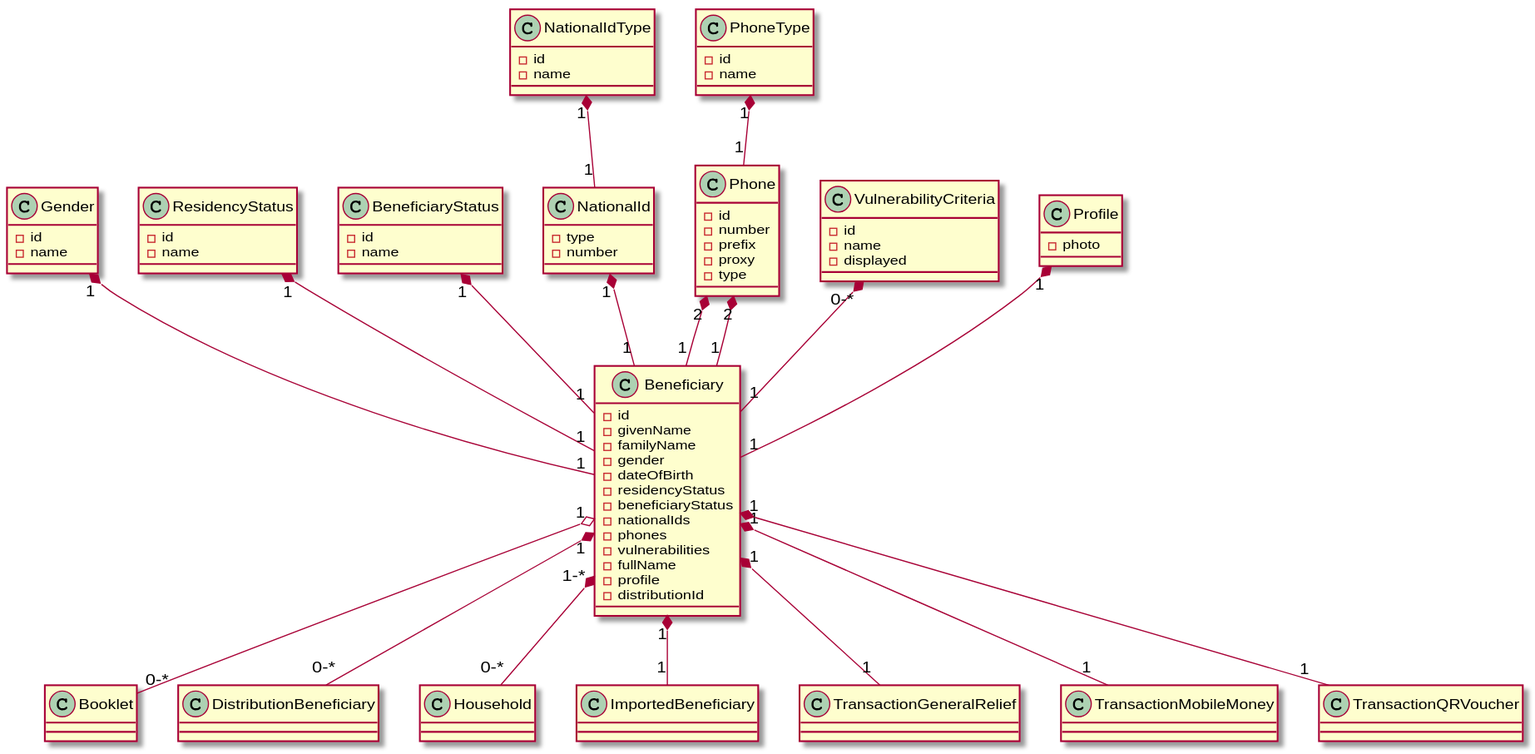
Above: src/app/model/uml/beneficiary.svg in ReliefApplications/bms_front (PlantUML), before the change. Source of this version:
```plantuml
@startuml
class Beneficiary {
    - id
    - givenName
    - familyName
    - gender
    - dateOfBirth
    - residencyStatus
    - beneficiaryStatus
    - nationalIds
    - phones
    - vulnerabilities
    - fullName
    - profile
    - distributionId
}

class Gender {
    - id
    - name
}

class ResidencyStatus {
    - id
    - name
}

class BeneficiaryStatus {
    - id
    - name
}

class NationalId {
    - type
    - number
}

class NationalIdType {
    - id
    - name
}

class Phone {
    - id
    - number
    - prefix
    - proxy
    - type
}

class PhoneType {
    - id
    - name
}

class VulnerabilityCriteria {
    - id
    - name
    - displayed
}

class Profile {
    - photo
}


 Gender "1" *-- "1" Beneficiary
 ResidencyStatus "1" *-- "1" Beneficiary
 BeneficiaryStatus "1" *-- "1" Beneficiary
 NationalId "1" *-- "1" Beneficiary
 Phone "2" *-- "1" Beneficiary
 VulnerabilityCriteria "0-*" *-- "1" Beneficiary
 Profile "1" *-- "1" Beneficiary
 Phone "2" *-- "1" Beneficiary


 Beneficiary "1" o-- "0-*" Booklet

 Beneficiary "1" *-- "0-*" DistributionBeneficiary

 Beneficiary "1-*" *-- "0-*" Household

 Beneficiary "1" *-- "1" ImportedBeneficiary

 NationalIdType "1" *-- "1" NationalId

 PhoneType "1" *-- "1" Phone

 Beneficiary "1" *-- "1" TransactionGeneralRelief

 Beneficiary "1" *-- "1" TransactionMobileMoney

 Beneficiary "1" *-- "1" TransactionQRVoucher
@enduml
```
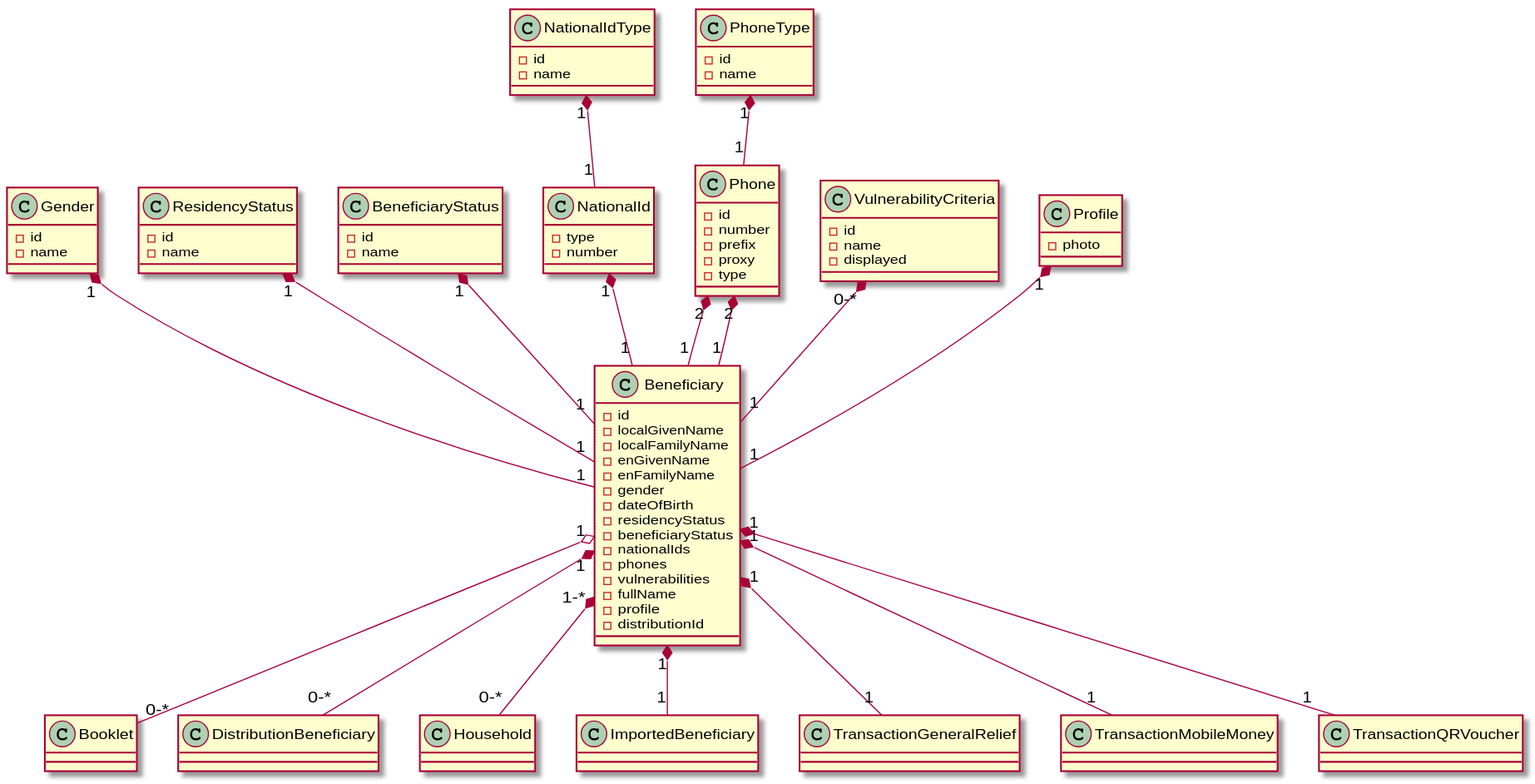
Later version of the same file.

Commit message:
Fix design and uml

The edit, as a diff of the source:
```diff
@@ -1,8 +1,10 @@
 @startuml
 class Beneficiary {
     - id
-    - givenName
-    - familyName
+    - localGivenName
+    - localFamilyName
+    - enGivenName
+    - enFamilyName
     - gender
     - dateOfBirth
     - residencyStatus
```
